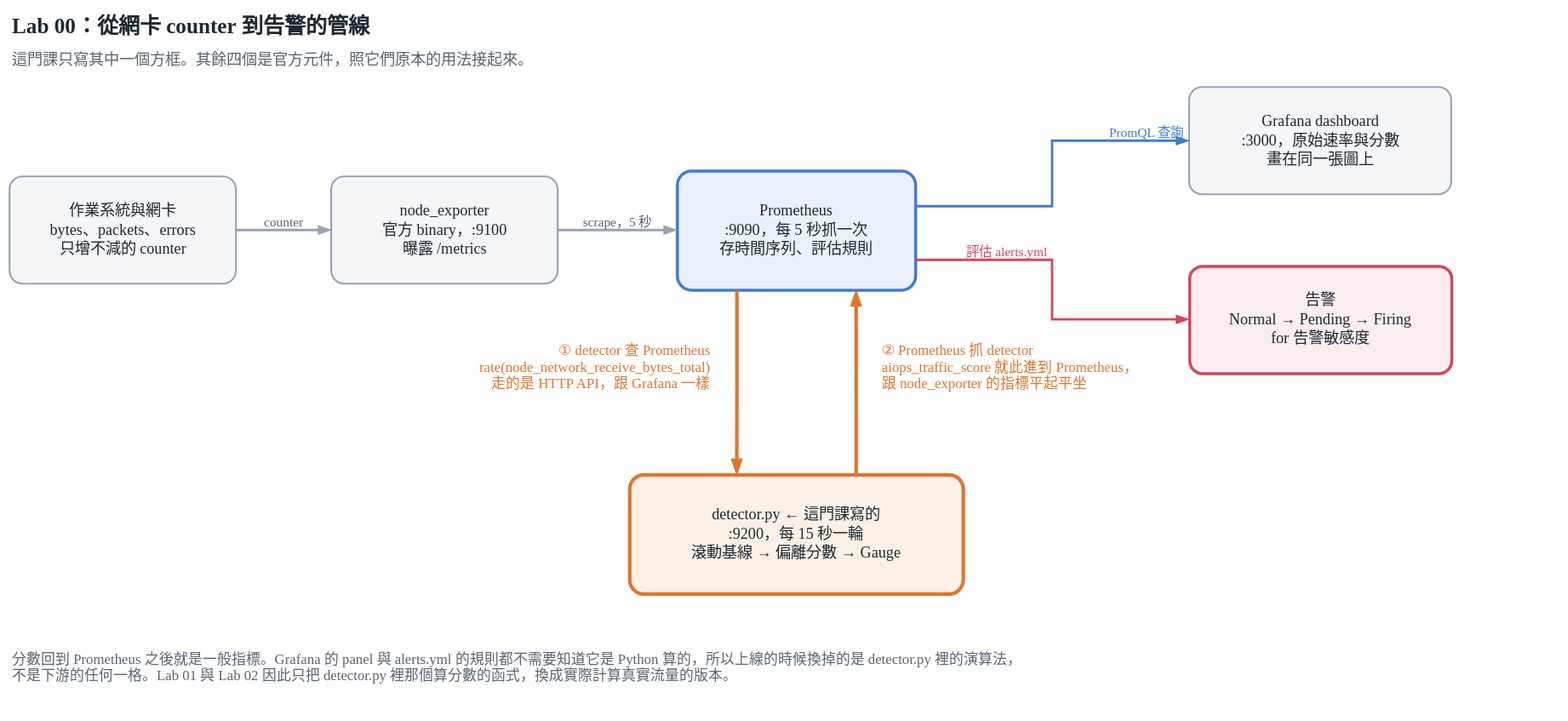
This is labs/workshop/diagrams/lab00_pipeline.svg from kevin880987/aiops-anomaly-zero-to-hero, a draw.io export, as it was before one commit. Source tidied: cells renumbered, new cells last; positions are measured from the earlier drawing's top-left corner, leaving out a move shared by most shapes.
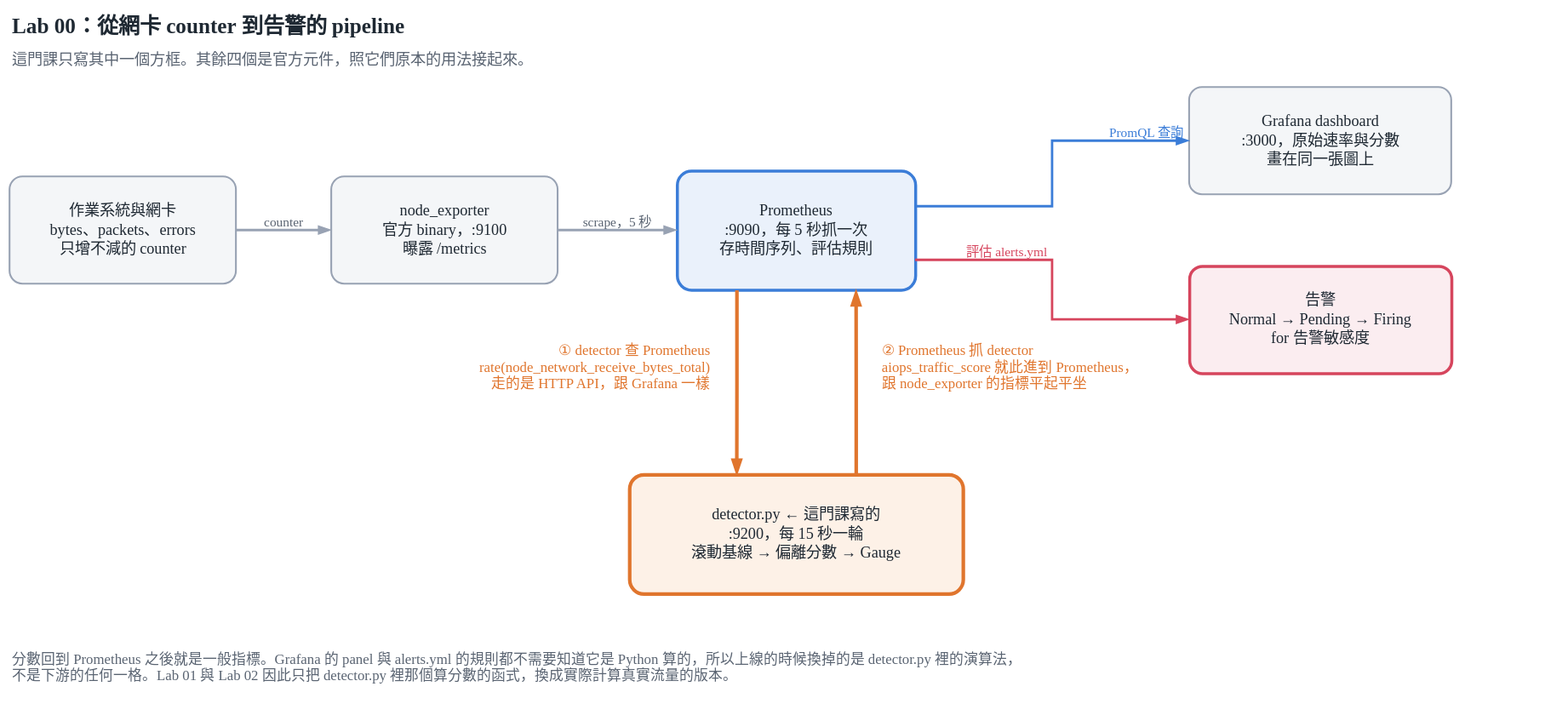
After the commit.

Commit message:
Restore pipeline as an English term instead of translating it to 管線

Change to the diagram source:
```diff
@@ -2,7 +2,7 @@
   <root>
     <mxCell id="0" />
     <mxCell id="1" parent="0" />
-    <mxCell id="2" value="Lab 00：從網卡 counter 到告警的管線" style="text;html=1;align=left;verticalAlign=middle;fontFamily=Georgia;fontSize=18;fontStyle=1;fontColor=#1F2933;" parent="1" vertex="1">
+    <mxCell id="2" value="Lab 00：從網卡 counter 到告警的 pipeline" style="text;html=1;align=left;verticalAlign=middle;fontFamily=Georgia;fontSize=18;fontStyle=1;fontColor=#1F2933;" parent="1" vertex="1">
       <mxGeometry width="1000" height="30" as="geometry" />
     </mxCell>
     <mxCell id="3" value="這門課只寫其中一個方框。其餘四個是官方元件，照它們原本的用法接起來。" style="text;html=1;align=left;verticalAlign=middle;fontFamily=Georgia;fontSize=13;fontColor=#5A6472;" parent="1" vertex="1">
```
